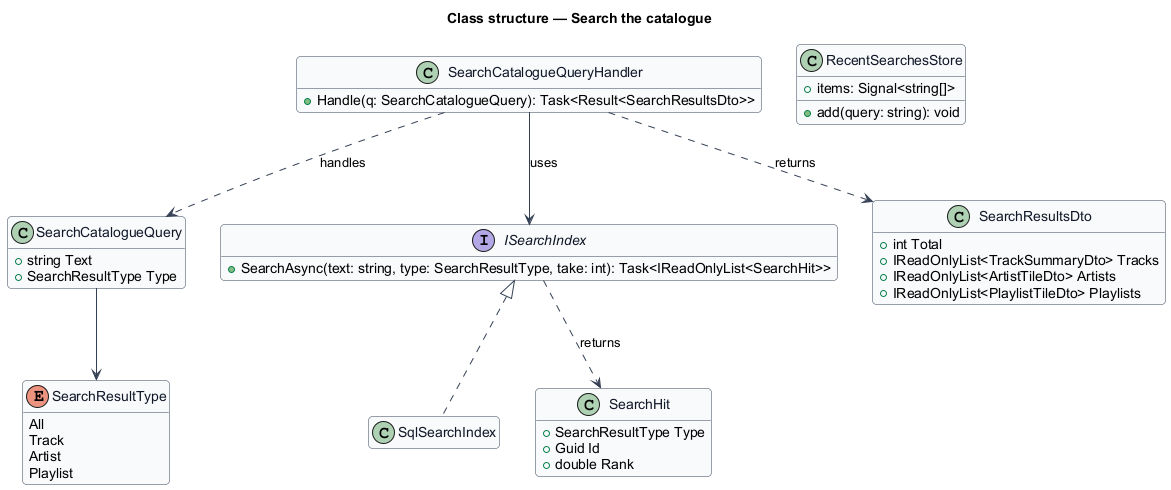
This is docs/detailed-designs/search/search-catalogue/diagrams/class-structure.png from QuinntyneBrown/hummi, a PlantUML export, as it was before one commit.
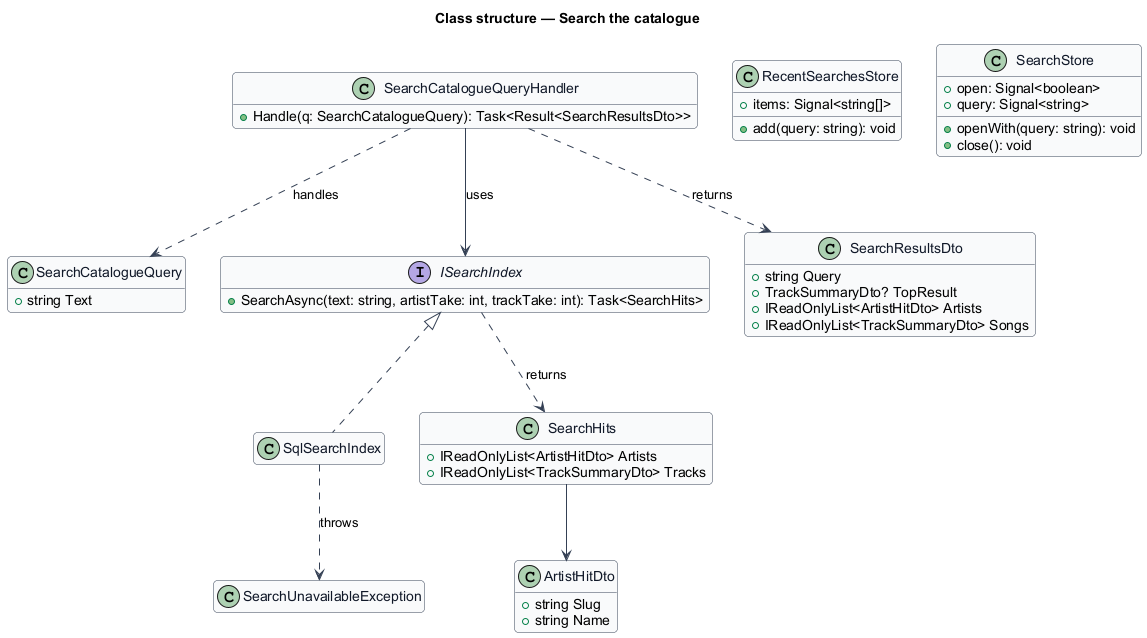
After the commit.

What changed in the source:
```diff
@@ -12,42 +12,46 @@
 hide empty members
 title Class structure — Search the catalogue
 
-enum SearchResultType {
-  All
-  Track
-  Artist
-  Playlist
-}
 class SearchCatalogueQuery {
   +string Text
-  +SearchResultType Type
 }
 class SearchCatalogueQueryHandler {
   +Handle(q: SearchCatalogueQuery): Task<Result<SearchResultsDto>>
 }
 interface ISearchIndex {
-  +SearchAsync(text: string, type: SearchResultType, take: int): Task<IReadOnlyList<SearchHit>>
+  +SearchAsync(text: string, artistTake: int, trackTake: int): Task<SearchHits>
 }
 class SqlSearchIndex
-class SearchHit {
-  +SearchResultType Type
-  +Guid Id
-  +double Rank
+class SearchUnavailableException
+class SearchHits {
+  +IReadOnlyList<ArtistHitDto> Artists
+  +IReadOnlyList<TrackSummaryDto> Tracks
+}
+class ArtistHitDto {
+  +string Slug
+  +string Name
 }
 class SearchResultsDto {
-  +int Total
-  +IReadOnlyList<TrackSummaryDto> Tracks
-  +IReadOnlyList<ArtistTileDto> Artists
-  +IReadOnlyList<PlaylistTileDto> Playlists
+  +string Query
+  +TrackSummaryDto? TopResult
+  +IReadOnlyList<ArtistHitDto> Artists
+  +IReadOnlyList<TrackSummaryDto> Songs
 }
 class RecentSearchesStore {
   +items: Signal<string[]>
   +add(query: string): void
 }
-SearchCatalogueQuery --> SearchResultType
+class SearchStore {
+  +open: Signal<boolean>
+  +query: Signal<string>
+  +openWith(query: string): void
+  +close(): void
+}
 SearchCatalogueQueryHandler ..> SearchCatalogueQuery : handles
 SearchCatalogueQueryHandler --> ISearchIndex : uses
 ISearchIndex <|.. SqlSearchIndex
-ISearchIndex ..> SearchHit : returns
+ISearchIndex ..> SearchHits : returns
+SqlSearchIndex ..> SearchUnavailableException : throws
+SearchHits --> ArtistHitDto
 SearchCatalogueQueryHandler ..> SearchResultsDto : returns
 @enduml
```
